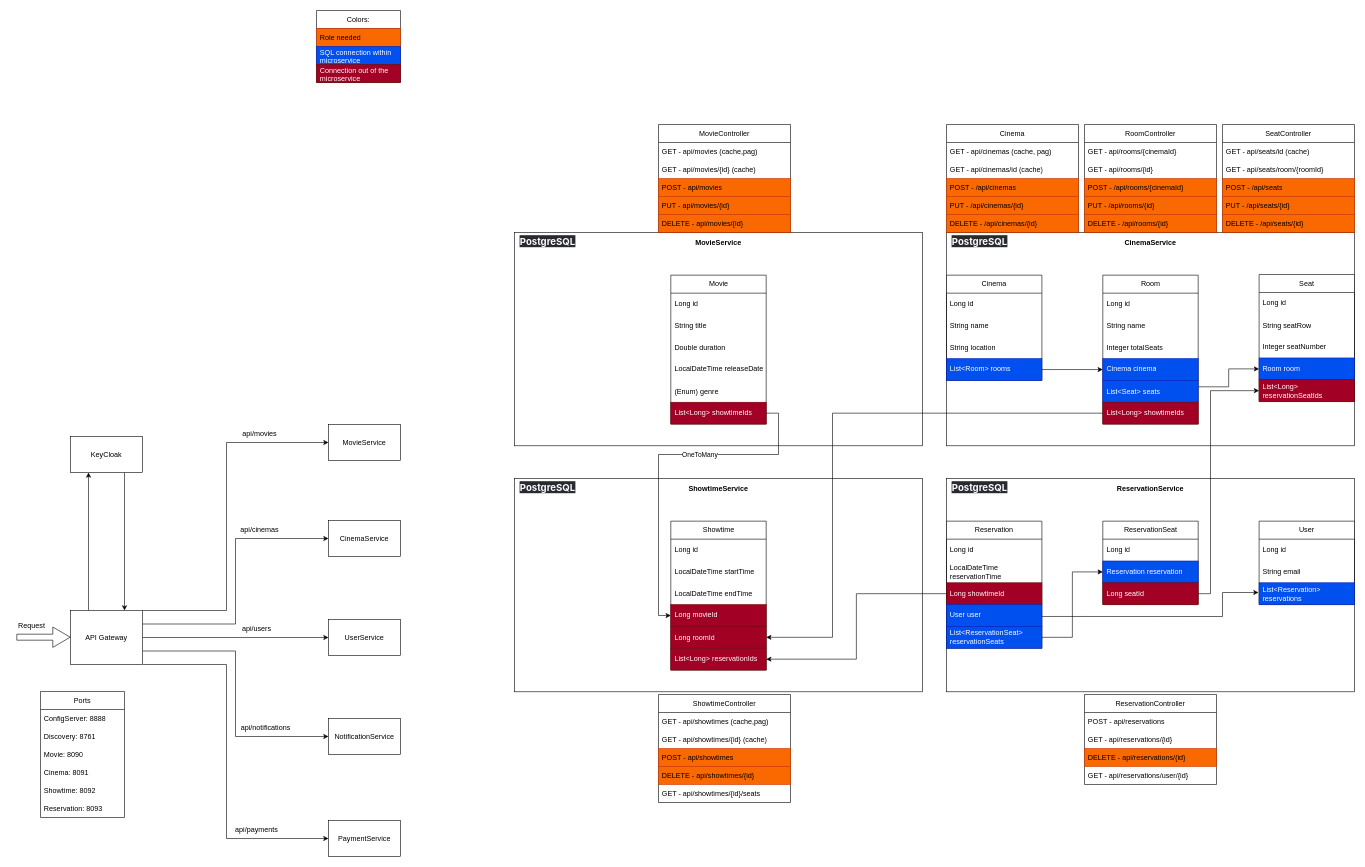
Above: system.drawio in tpoda35/JAVA.PROJECT.MovieReservationSystem (draw.io), before the change. Source tidied: cells renumbered, new cells numbered last; positions are measured from the earlier drawing's top-left corner, leaving out a move shared by most shapes. Both pictures are drawn from the tidied source at 60%, with x=0, y=0 at pixel (10, 10).
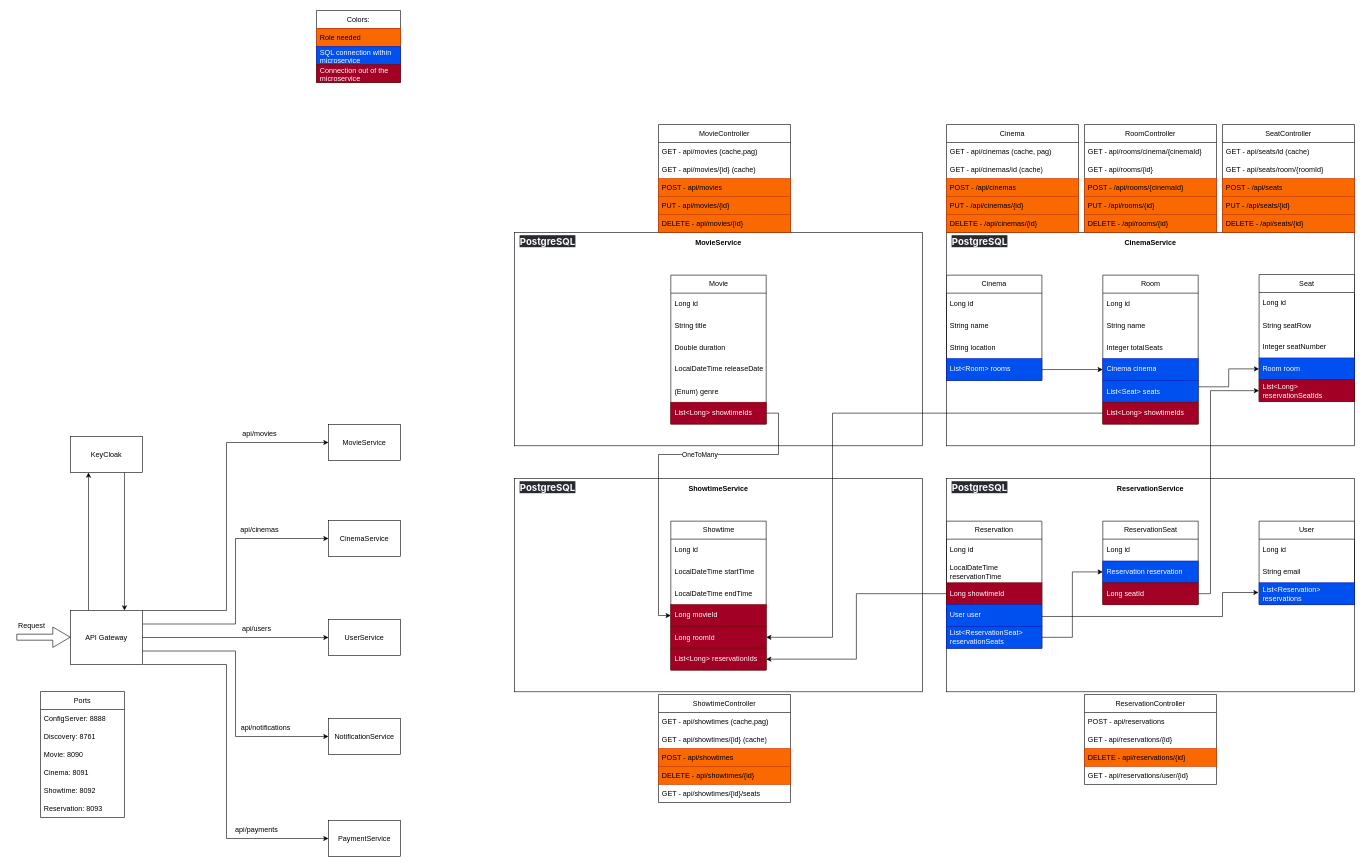
Above is the later version.

Unchanged cells that the change refers to:
```xml
<mxCell id="128" value="RoomController" style="swimlane;fontStyle=0;horizontal=1;startSize=30;whiteSpace=wrap;html=1;" parent="1" vertex="1">
  <mxGeometry x="1790" y="190" width="220" height="180" as="geometry" />
</mxCell>
```

Diff of the diagram source:
```diff
@@
-    <mxCell id="129" value="GET - api/rooms/{cinemaId}" style="text;align=left;verticalAlign=middle;spacingLeft=4;spacingRight=4;overflow=hidden;whiteSpace=wrap;html=1;" parent="128" vertex="1">
+    <mxCell id="129" value="GET - api/rooms/cinema/{cinemaId}" style="text;align=left;verticalAlign=middle;spacingLeft=4;spacingRight=4;overflow=hidden;whiteSpace=wrap;html=1;" parent="128" vertex="1">
       <mxGeometry y="30" width="220" height="30" as="geometry" />
     </mxCell>
```
